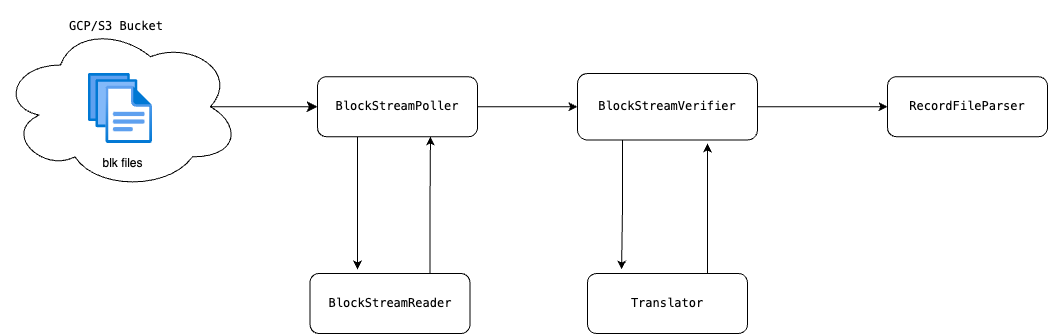
hashgraph/hedera-mirror-node keeps this draw.io diagram as docs/design/images/blockstream.png. Above is the earlier version. Source tidied: cells renumbered, new cells last; positions are measured from the earlier drawing's top-left corner, leaving out a move shared by most shapes. Source of this version:
```xml
<mxGraphModel background="#FFFFFF">
  <root>
    <mxCell id="0" />
    <mxCell id="1" parent="0" />
    <mxCell id="2" style="edgeStyle=orthogonalEdgeStyle;rounded=0;jettySize=auto;html=1;strokeColor=#000000;" parent="1" edge="1" source="4" target="7">
      <mxGeometry relative="1" as="geometry" />
    </mxCell>
    <mxCell id="3" style="edgeStyle=orthogonalEdgeStyle;rounded=0;jettySize=auto;html=1;exitX=0.25;exitY=1;exitDx=0;exitDy=0;entryX=0.297;entryY=-0.067;entryDx=0;entryDy=0;entryPerimeter=0;strokeColor=#000000;" parent="1" edge="1" source="4" target="13">
      <mxGeometry relative="1" as="geometry" />
    </mxCell>
    <mxCell id="4" value="&lt;pre&gt;&lt;span style=&quot;font-variant-ligatures: none; text-align: left; white-space-collapse: preserve; background-color: rgb(255, 255, 255);&quot;&gt;&lt;font style=&quot;&quot; face=&quot;monospace&quot;&gt;BlockStreamPoller&lt;/font&gt;&lt;/span&gt;&lt;/pre&gt;" style="rounded=1;whiteSpace=wrap;html=1;fillColor=#FFFFFF;strokeColor=#000000;" parent="1" vertex="1">
      <mxGeometry x="317" y="76.2" width="160" height="60" as="geometry" />
    </mxCell>
    <mxCell id="5" value="&lt;pre&gt;&lt;br&gt;&lt;/pre&gt;" style="ellipse;shape=cloud;whiteSpace=wrap;html=1;fillColor=#FFFFFF;strokeColor=#000000;" parent="1" vertex="1">
      <mxGeometry y="22.8" width="240" height="167" as="geometry" />
    </mxCell>
    <mxCell id="6" style="edgeStyle=none;html=1;labelBackgroundColor=none;startFill=0;startSize=8;endFill=1;endSize=8;fontFamily=Verdana;fontSize=12;entryX=0;entryY=0.5;entryDx=0;entryDy=0;exitX=0.875;exitY=0.5;exitDx=0;exitDy=0;exitPerimeter=0;strokeColor=#000000;" parent="1" edge="1" source="5" target="4">
      <mxGeometry relative="1" as="geometry" />
    </mxCell>
    <mxCell id="7" value="&lt;font face=&quot;monospace&quot;&gt;&lt;font style=&quot;background-color: rgb(255, 255, 255);&quot;&gt;BlockStreamVerifier&lt;/font&gt;&lt;br&gt;&lt;/font&gt;" style="whiteSpace=wrap;html=1;rounded=1;strokeColor=#000000;fillColor=#FFFFFF;" parent="1" vertex="1">
      <mxGeometry x="577" y="73" width="180" height="66.5" as="geometry" />
    </mxCell>
    <mxCell id="8" style="edgeStyle=orthogonalEdgeStyle;rounded=0;jettySize=auto;html=1;exitX=1;exitY=0.5;exitDx=0;exitDy=0;strokeColor=#000000;" parent="1" edge="1" source="7" target="9">
      <mxGeometry relative="1" as="geometry" />
    </mxCell>
    <mxCell id="9" value="&lt;span style=&quot;font-family: monospace; background-color: rgb(255, 255, 255);&quot;&gt;RecordFileParser&lt;/span&gt;" style="whiteSpace=wrap;html=1;rounded=1;strokeColor=#000000;fillColor=#FFFFFF;" parent="1" vertex="1">
      <mxGeometry x="887" y="76.2" width="160" height="60" as="geometry" />
    </mxCell>
    <mxCell id="10" style="image;html=1;align=center;fontSize=12;image=img/lib/azure2/general/Files.svg;" parent="1" vertex="1">
      <mxGeometry x="88" y="73" width="64" height="70" as="geometry" />
    </mxCell>
    <mxCell id="11" value="blk files" style="text;html=1;align=center;verticalAlign=middle;strokeColor=none;fillColor=none;fontColor=#000000;" parent="1" vertex="1">
      <mxGeometry x="92" y="148" width="60" height="30" as="geometry" />
    </mxCell>
    <mxCell id="12" value="&lt;pre style=&quot;forced-color-adjust: none; font-size: 12px; font-style: normal; font-variant-ligatures: normal; font-variant-caps: normal; font-weight: 400; letter-spacing: normal; orphans: 2; text-align: center; text-indent: 0px; text-transform: none; widows: 2; word-spacing: 0px; -webkit-text-stroke-width: 0px; text-decoration-thickness: initial; text-decoration-style: initial; text-decoration-color: initial;&quot;&gt;&lt;font style=&quot;&quot;&gt;GCP/S3 Bucket&lt;/font&gt;&lt;/pre&gt;" style="text;whiteSpace=wrap;html=1;fillColor=none;fontColor=#000000;labelBackgroundColor=none;" parent="1" vertex="1">
      <mxGeometry x="67" width="130" height="60" as="geometry" />
    </mxCell>
    <mxCell id="13" value="&lt;pre&gt;&lt;span style=&quot;font-variant-ligatures: none; text-align: left; white-space-collapse: preserve; background-color: rgb(255, 255, 255);&quot;&gt;&lt;font style=&quot;&quot; face=&quot;monospace&quot;&gt;BlockStreamReader&lt;/font&gt;&lt;/span&gt;&lt;/pre&gt;" style="rounded=1;whiteSpace=wrap;html=1;fillColor=#FFFFFF;strokeColor=#000000;" parent="1" vertex="1">
      <mxGeometry x="309.5" y="273" width="160" height="60" as="geometry" />
    </mxCell>
    <mxCell id="14" style="edgeStyle=orthogonalEdgeStyle;rounded=0;jettySize=auto;html=1;exitX=0.75;exitY=0;exitDx=0;exitDy=0;entryX=0.706;entryY=0.996;entryDx=0;entryDy=0;entryPerimeter=0;strokeColor=#000000;" parent="1" edge="1" source="13" target="4">
      <mxGeometry relative="1" as="geometry" />
    </mxCell>
    <mxCell id="15" style="edgeStyle=orthogonalEdgeStyle;rounded=0;jettySize=auto;html=1;exitX=0.75;exitY=0;exitDx=0;exitDy=0;strokeColor=#000000;" parent="1" edge="1" source="16">
      <mxGeometry relative="1" as="geometry">
        <mxPoint x="707" y="143" as="targetPoint" />
      </mxGeometry>
    </mxCell>
    <mxCell id="16" value="&lt;pre&gt;&lt;span style=&quot;font-variant-ligatures: none; text-align: left; white-space-collapse: preserve;&quot;&gt;&lt;font style=&quot;&quot; face=&quot;monospace&quot;&gt;Translator&lt;/font&gt;&lt;/span&gt;&lt;/pre&gt;" style="rounded=1;whiteSpace=wrap;html=1;strokeColor=#000000;fillColor=#FFFFFF;" parent="1" vertex="1">
      <mxGeometry x="587" y="273" width="160" height="60" as="geometry" />
    </mxCell>
    <mxCell id="17" style="edgeStyle=orthogonalEdgeStyle;rounded=0;jettySize=auto;html=1;exitX=0.25;exitY=1;exitDx=0;exitDy=0;entryX=0.213;entryY=-0.067;entryDx=0;entryDy=0;entryPerimeter=0;strokeColor=#000000;" parent="1" edge="1" source="7" target="16">
      <mxGeometry relative="1" as="geometry" />
    </mxCell>
  </root>
</mxGraphModel>
```
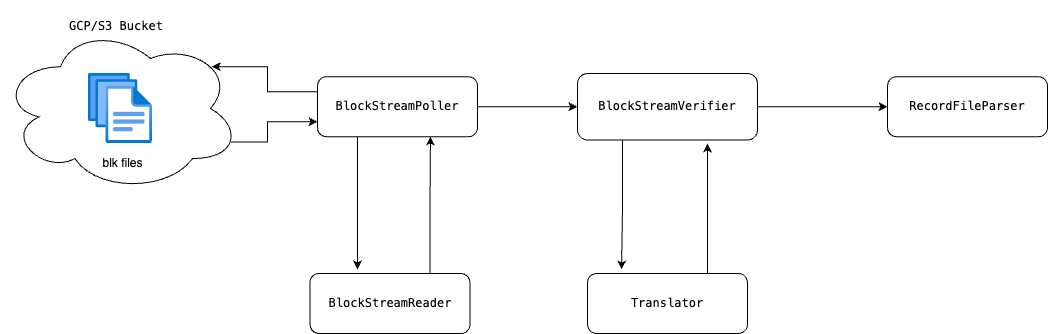
After the change.

Commit message:
Updates to block steam design interfaces

Diff of the diagram source:
```diff
@@ -8,15 +8,28 @@
     <mxCell id="3" style="edgeStyle=orthogonalEdgeStyle;rounded=0;jettySize=auto;html=1;exitX=0.25;exitY=1;exitDx=0;exitDy=0;entryX=0.297;entryY=-0.067;entryDx=0;entryDy=0;entryPerimeter=0;strokeColor=#000000;" parent="1" edge="1" source="4" target="13">
       <mxGeometry relative="1" as="geometry" />
     </mxCell>
+    <mxCell id="18" style="edgeStyle=orthogonalEdgeStyle;rounded=0;jettySize=auto;html=1;entryX=0.88;entryY=0.25;entryDx=0;entryDy=0;entryPerimeter=0;exitX=0;exitY=0.25;exitDx=0;exitDy=0;" parent="1" edge="1" source="4" target="5">
+      <mxGeometry relative="1" as="geometry">
+        <Array as="points">
+          <mxPoint x="267" y="91" />
+          <mxPoint x="267" y="66" />
+        </Array>
+      </mxGeometry>
+    </mxCell>
     <mxCell id="4" value="&lt;pre&gt;&lt;span style=&quot;font-variant-ligatures: none; text-align: left; white-space-collapse: preserve; background-color: rgb(255, 255, 255);&quot;&gt;&lt;font style=&quot;&quot; face=&quot;monospace&quot;&gt;BlockStreamPoller&lt;/font&gt;&lt;/span&gt;&lt;/pre&gt;" style="rounded=1;whiteSpace=wrap;html=1;fillColor=#FFFFFF;strokeColor=#000000;" parent="1" vertex="1">
       <mxGeometry x="317" y="76.2" width="160" height="60" as="geometry" />
     </mxCell>
+    <mxCell id="6" style="edgeStyle=orthogonalEdgeStyle;rounded=0;jettySize=auto;html=1;entryX=0;entryY=0.75;entryDx=0;entryDy=0;exitX=0.96;exitY=0.7;exitDx=0;exitDy=0;exitPerimeter=0;" parent="1" edge="1" source="5" target="4">
+      <mxGeometry relative="1" as="geometry">
+        <Array as="points">
+          <mxPoint x="267" y="141" />
+          <mxPoint x="267" y="121" />
+        </Array>
+      </mxGeometry>
+    </mxCell>
     <mxCell id="5" value="&lt;pre&gt;&lt;br&gt;&lt;/pre&gt;" style="ellipse;shape=cloud;whiteSpace=wrap;html=1;fillColor=#FFFFFF;strokeColor=#000000;" parent="1" vertex="1">
-      <mxGeometry y="22.8" width="240" height="167" as="geometry" />
+      <mxGeometry y="24.5" width="240" height="167" as="geometry" />
     </mxCell>
-    <mxCell id="6" style="edgeStyle=none;html=1;labelBackgroundColor=none;startFill=0;startSize=8;endFill=1;endSize=8;fontFamily=Verdana;fontSize=12;entryX=0;entryY=0.5;entryDx=0;entryDy=0;exitX=0.875;exitY=0.5;exitDx=0;exitDy=0;exitPerimeter=0;strokeColor=#000000;" parent="1" edge="1" source="5" target="4">
-      <mxGeometry relative="1" as="geometry" />
-    </mxCell>
     <mxCell id="7" value="&lt;font face=&quot;monospace&quot;&gt;&lt;font style=&quot;background-color: rgb(255, 255, 255);&quot;&gt;BlockStreamVerifier&lt;/font&gt;&lt;br&gt;&lt;/font&gt;" style="whiteSpace=wrap;html=1;rounded=1;strokeColor=#000000;fillColor=#FFFFFF;" parent="1" vertex="1">
       <mxGeometry x="577" y="73" width="180" height="66.5" as="geometry" />
     </mxCell>
```
